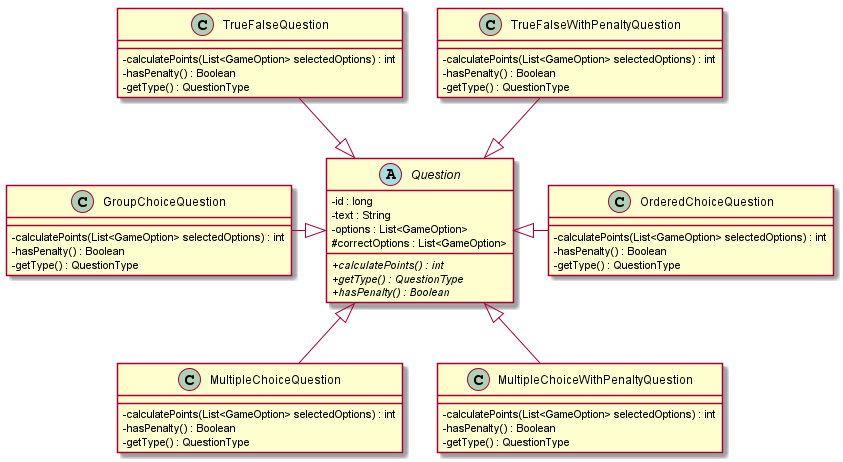
Earlier version of the PlantUML export docs/out/DiagramaClases-DetallePreguntas-TP2/DiagramaUML-DetallePreguntas-TP2.png (GEscandar/TP2-Kahoot).
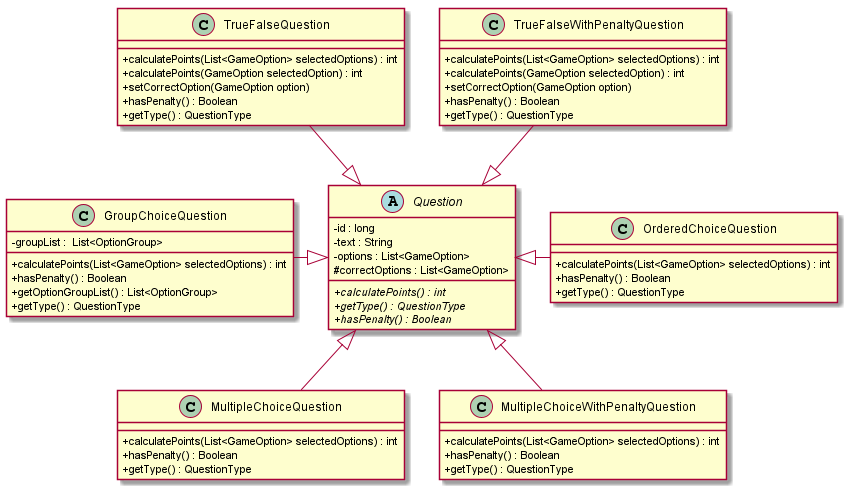
The same file after the commit.

Commit message:
Corrección diagramas de clase

The edit, as a diff of the source:
```diff
@@ -13,39 +13,45 @@
 }
 
 class TrueFalseQuestion{
-    - calculatePoints(List<GameOption> selectedOptions) : int
-    - hasPenalty() : Boolean
-    - getType() : QuestionType
+    + calculatePoints(List<GameOption> selectedOptions) : int
+    + calculatePoints(GameOption selectedOption) : int
+    + setCorrectOption(GameOption option)
+    + hasPenalty() : Boolean
+    + getType() : QuestionType
 }
 
 class TrueFalseWithPenaltyQuestion{
-    - calculatePoints(List<GameOption> selectedOptions) : int
-    - hasPenalty() : Boolean
-    - getType() : QuestionType
+    + calculatePoints(List<GameOption> selectedOptions) : int
+    + calculatePoints(GameOption selectedOption) : int
+    + setCorrectOption(GameOption option)
+    + hasPenalty() : Boolean
+    + getType() : QuestionType
 }
 
 class OrderedChoiceQuestion{
-    - calculatePoints(List<GameOption> selectedOptions) : int
-    - hasPenalty() : Boolean
-    - getType() : QuestionType
+    + calculatePoints(List<GameOption> selectedOptions) : int
+    + hasPenalty() : Boolean
+    + getType() : QuestionType
 }
 
 class MultipleChoiceQuestion{
-    - calculatePoints(List<GameOption> selectedOptions) : int
-    - hasPenalty() : Boolean
-    - getType() : QuestionType
+    + calculatePoints(List<GameOption> selectedOptions) : int
+    + hasPenalty() : Boolean
+    + getType() : QuestionType
 }
 
 class MultipleChoiceWithPenaltyQuestion{
-    - calculatePoints(List<GameOption> selectedOptions) : int
-    - hasPenalty() : Boolean
-    - getType() : QuestionType
+    + calculatePoints(List<GameOption> selectedOptions) : int
+    + hasPenalty() : Boolean
+    + getType() : QuestionType
 }
 
 class GroupChoiceQuestion{
-    - calculatePoints(List<GameOption> selectedOptions) : int
-    - hasPenalty() : Boolean
-    - getType() : QuestionType
+    - groupList :  List<OptionGroup>
+    + calculatePoints(List<GameOption> selectedOptions) : int
+    + hasPenalty() : Boolean
+    + getOptionGroupList() : List<OptionGroup>
+    + getType() : QuestionType
 }
 
 
```
